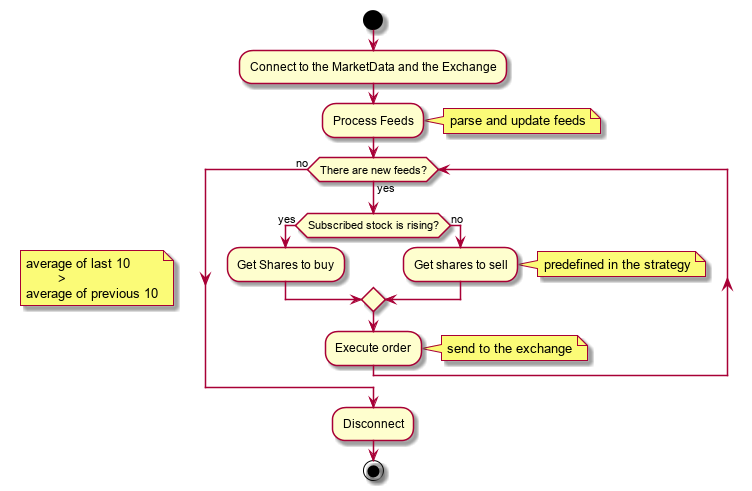
This is docs/cppnow-2017/images/ts_ad.png from cpp-testing/GUnit, a PlantUML export, as it was before one commit.
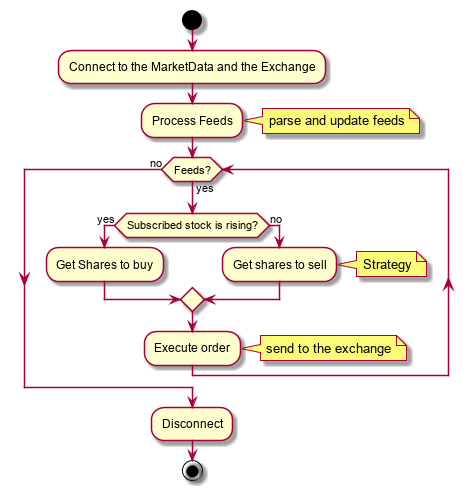
Later version of the same file.

Change to the diagram source:
```diff
@@ -8,19 +8,13 @@
   parse and update feeds
 endnote
 
-while (There are new feeds?) is (yes)
-
-    note
-      average of last 10
-              >
-      average of previous 10
-    endnote
+while (Feeds?) is (yes)
     if (Subscribed stock is rising?) then (yes)
         :Get Shares to buy;
     else (no)
         :Get shares to sell;
         note right
-          predefined in the strategy
+          Strategy
         endnote
     endif
     :Execute order;
```
